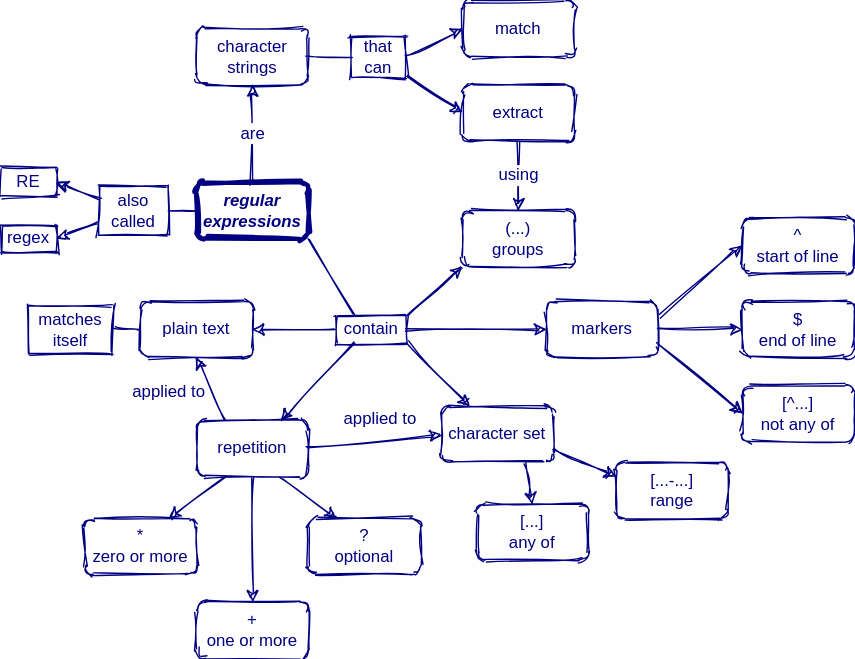
Earlier version of the draw.io export en/regular-expressions.svg (rstudio/concept-maps). Source tidied: cells renumbered, new cells last; positions are measured from the earlier drawing's top-left corner, leaving out a move shared by most shapes.
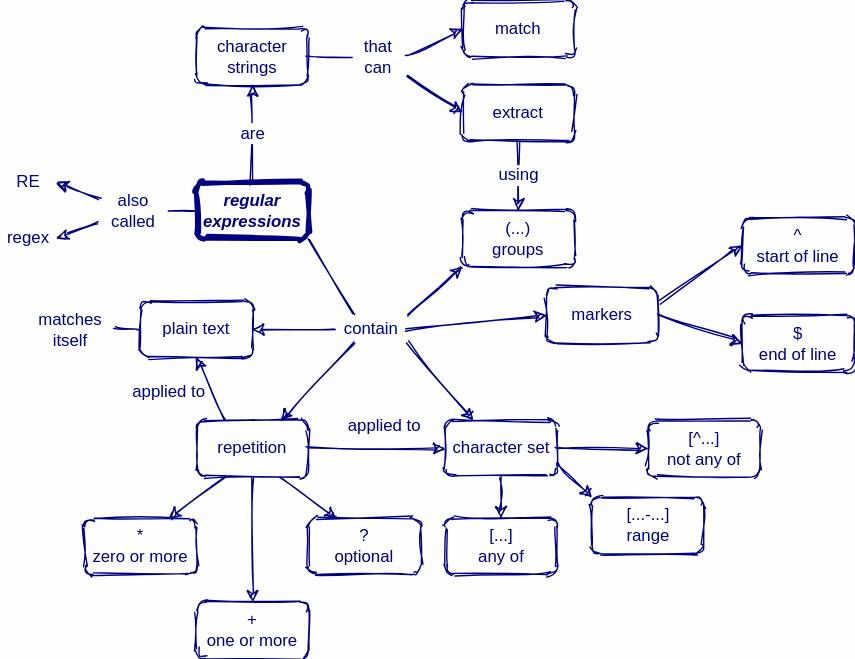
The same file after the commit.

Commit message:
fixing regular expressions

Diff of the diagram source:
```diff
@@ -8,13 +8,13 @@
     <mxCell id="3" value="character&lt;br style=&quot;font-size: 12px;&quot;&gt;strings" style="rounded=1;whiteSpace=wrap;html=1;fontSize=12;fontFamily=Helvetica;fillColor=none;labelBackgroundColor=none;sketch=1;strokeColor=#000080;fontColor=#000080;" parent="1" vertex="1">
       <mxGeometry x="140" y="20" width="80" height="40" as="geometry" />
     </mxCell>
-    <mxCell id="4" value="also&lt;br style=&quot;font-size: 12px;&quot;&gt;called" style="text;html=1;fillColor=none;align=center;verticalAlign=middle;whiteSpace=wrap;rounded=0;sketch=1;fontSize=12;fontFamily=Helvetica;strokeColor=#000080;fontColor=#000080;" parent="1" vertex="1">
+    <mxCell id="4" value="also&lt;br style=&quot;font-size: 12px;&quot;&gt;called" style="text;html=1;fillColor=none;align=center;verticalAlign=middle;whiteSpace=wrap;rounded=0;sketch=1;fontSize=12;fontFamily=Helvetica;fontColor=#000080;" parent="1" vertex="1">
       <mxGeometry x="70" y="132.5" width="50" height="35" as="geometry" />
     </mxCell>
-    <mxCell id="5" value="RE" style="text;html=1;fillColor=none;align=center;verticalAlign=middle;whiteSpace=wrap;rounded=0;sketch=1;fontSize=12;fontFamily=Helvetica;strokeColor=#000080;fontColor=#000080;" parent="1" vertex="1">
+    <mxCell id="5" value="RE" style="text;html=1;fillColor=none;align=center;verticalAlign=middle;whiteSpace=wrap;rounded=0;sketch=1;fontSize=12;fontFamily=Helvetica;fontColor=#000080;" parent="1" vertex="1">
       <mxGeometry y="120" width="40" height="20" as="geometry" />
     </mxCell>
-    <mxCell id="6" value="regex" style="text;html=1;fillColor=none;align=center;verticalAlign=middle;whiteSpace=wrap;rounded=0;sketch=1;fontSize=12;fontFamily=Helvetica;strokeColor=#000080;fontColor=#000080;" parent="1" vertex="1">
+    <mxCell id="6" value="regex" style="text;html=1;fillColor=none;align=center;verticalAlign=middle;whiteSpace=wrap;rounded=0;sketch=1;fontSize=12;fontFamily=Helvetica;fontColor=#000080;" parent="1" vertex="1">
       <mxGeometry y="160" width="40" height="20" as="geometry" />
     </mxCell>
     <mxCell id="7" style="endArrow=none;html=1;entryX=0;entryY=0.5;entryDx=0;entryDy=0;exitX=1;exitY=0.5;exitDx=0;exitDy=0;sketch=1;fontSize=12;fontFamily=Helvetica;strokeColor=#000080;fontColor=#000080;" parent="1" edge="1" source="4" target="2">
@@ -26,7 +26,7 @@
     <mxCell id="9" value="plain text" style="rounded=1;whiteSpace=wrap;html=1;fontSize=12;fontFamily=Helvetica;fillColor=none;labelBackgroundColor=none;sketch=1;strokeColor=#000080;fontColor=#000080;" parent="1" vertex="1">
       <mxGeometry x="100" y="215" width="80" height="40" as="geometry" />
     </mxCell>
-    <mxCell id="10" value="matches&lt;br style=&quot;font-size: 12px;&quot;&gt;itself" style="text;html=1;fillColor=none;align=center;verticalAlign=middle;whiteSpace=wrap;rounded=0;sketch=1;fontSize=12;fontFamily=Helvetica;strokeColor=#000080;fontColor=#000080;" parent="1" vertex="1">
+    <mxCell id="10" value="matches&lt;br style=&quot;font-size: 12px;&quot;&gt;itself" style="text;html=1;fillColor=none;align=center;verticalAlign=middle;whiteSpace=wrap;rounded=0;sketch=1;fontSize=12;fontFamily=Helvetica;fontColor=#000080;" parent="1" vertex="1">
       <mxGeometry x="20" y="217.5" width="60" height="35" as="geometry" />
     </mxCell>
     <mxCell id="11" value="repetition" style="rounded=1;whiteSpace=wrap;html=1;fontSize=12;fontFamily=Helvetica;fillColor=none;labelBackgroundColor=none;sketch=1;strokeColor=#000080;fontColor=#000080;" parent="1" vertex="1">
@@ -42,25 +42,25 @@
       <mxGeometry x="220" y="370" width="80" height="40" as="geometry" />
     </mxCell>
     <mxCell id="15" value="character set" style="rounded=1;whiteSpace=wrap;html=1;fontSize=12;fontFamily=Helvetica;fillColor=none;labelBackgroundColor=none;sketch=1;strokeColor=#000080;fontColor=#000080;" parent="1" vertex="1">
-      <mxGeometry x="315" y="290" width="80" height="40" as="geometry" />
+      <mxGeometry x="317.5" y="300" width="80" height="40" as="geometry" />
     </mxCell>
     <mxCell id="16" value="[...]&lt;br style=&quot;font-size: 12px;&quot;&gt;any of" style="rounded=1;whiteSpace=wrap;html=1;fontSize=12;fontFamily=Helvetica;fillColor=none;labelBackgroundColor=none;sketch=1;strokeColor=#000080;fontColor=#000080;" parent="1" vertex="1">
-      <mxGeometry x="340" y="360" width="80" height="40" as="geometry" />
+      <mxGeometry x="317.5" y="370" width="80" height="40" as="geometry" />
     </mxCell>
     <mxCell id="17" value="[...-...]&lt;br style=&quot;font-size: 12px;&quot;&gt;range" style="rounded=1;whiteSpace=wrap;html=1;fontSize=12;fontFamily=Helvetica;fillColor=none;labelBackgroundColor=none;sketch=1;strokeColor=#000080;fontColor=#000080;" parent="1" vertex="1">
-      <mxGeometry x="440" y="330" width="80" height="40" as="geometry" />
+      <mxGeometry x="422.5" y="355" width="80" height="40" as="geometry" />
     </mxCell>
     <mxCell id="18" value="[^...]&lt;br style=&quot;font-size: 12px;&quot;&gt;not any of" style="rounded=1;whiteSpace=wrap;html=1;fontSize=12;fontFamily=Helvetica;fillColor=none;labelBackgroundColor=none;sketch=1;strokeColor=#000080;fontColor=#000080;" parent="1" vertex="1">
-      <mxGeometry x="530" y="275" width="80" height="40" as="geometry" />
+      <mxGeometry x="462.5" y="300" width="80" height="40" as="geometry" />
     </mxCell>
     <mxCell id="19" value="markers" style="rounded=1;whiteSpace=wrap;html=1;fontSize=12;fontFamily=Helvetica;fillColor=none;labelBackgroundColor=none;sketch=1;strokeColor=#000080;fontColor=#000080;" parent="1" vertex="1">
-      <mxGeometry x="390" y="215" width="80" height="40" as="geometry" />
+      <mxGeometry x="390" y="205" width="80" height="40" as="geometry" />
     </mxCell>
     <mxCell id="20" value="^&lt;br style=&quot;font-size: 12px;&quot;&gt;start of line" style="rounded=1;whiteSpace=wrap;html=1;fontSize=12;fontFamily=Helvetica;fillColor=none;labelBackgroundColor=none;sketch=1;strokeColor=#000080;fontColor=#000080;" parent="1" vertex="1">
       <mxGeometry x="530" y="155" width="80" height="40" as="geometry" />
     </mxCell>
     <mxCell id="21" value="$&lt;br style=&quot;font-size: 12px;&quot;&gt;end of line" style="rounded=1;whiteSpace=wrap;html=1;fontSize=12;fontFamily=Helvetica;fillColor=none;labelBackgroundColor=none;sketch=1;strokeColor=#000080;fontColor=#000080;" parent="1" vertex="1">
-      <mxGeometry x="530" y="215" width="80" height="40" as="geometry" />
+      <mxGeometry x="530" y="225" width="80" height="40" as="geometry" />
     </mxCell>
     <mxCell id="22" style="endArrow=none;html=1;entryX=0;entryY=0.5;entryDx=0;entryDy=0;exitX=1;exitY=0.5;exitDx=0;exitDy=0;sketch=1;fontSize=12;fontFamily=Helvetica;strokeColor=#000080;fontColor=#000080;" parent="1" edge="1" source="3" target="33">
       <mxGeometry relative="1" as="geometry" />
@@ -71,10 +71,10 @@
     <mxCell id="24" style="endArrow=classic;html=1;entryX=0;entryY=0.5;entryDx=0;entryDy=0;exitX=1;exitY=0.25;exitDx=0;exitDy=0;endFill=1;sketch=1;fontSize=12;fontFamily=Helvetica;strokeColor=#000080;fontColor=#000080;" parent="1" edge="1" source="19" target="20">
       <mxGeometry relative="1" as="geometry" />
     </mxCell>
-    <mxCell id="25" style="endArrow=classic;html=1;entryX=0.5;entryY=0;entryDx=0;entryDy=0;exitX=0.75;exitY=1;exitDx=0;exitDy=0;endFill=1;sketch=1;fontSize=12;fontFamily=Helvetica;strokeColor=#000080;fontColor=#000080;" parent="1" edge="1" source="15" target="16">
+    <mxCell id="25" style="endArrow=classic;html=1;entryX=0.5;entryY=0;entryDx=0;entryDy=0;exitX=0.5;exitY=1;exitDx=0;exitDy=0;endFill=1;sketch=1;fontSize=12;fontFamily=Helvetica;strokeColor=#000080;fontColor=#000080;" parent="1" edge="1" source="15" target="16">
       <mxGeometry relative="1" as="geometry" />
     </mxCell>
-    <mxCell id="26" style="endArrow=classic;html=1;entryX=0;entryY=0.25;entryDx=0;entryDy=0;exitX=1;exitY=0.75;exitDx=0;exitDy=0;endFill=1;sketch=1;fontSize=12;fontFamily=Helvetica;strokeColor=#000080;fontColor=#000080;" parent="1" edge="1" source="15" target="17">
+    <mxCell id="26" style="endArrow=classic;html=1;entryX=0;entryY=0;entryDx=0;entryDy=0;exitX=1;exitY=0.75;exitDx=0;exitDy=0;endFill=1;sketch=1;fontSize=12;fontFamily=Helvetica;strokeColor=#000080;fontColor=#000080;" parent="1" edge="1" source="15" target="17">
       <mxGeometry relative="1" as="geometry" />
     </mxCell>
     <mxCell id="27" style="endArrow=classic;html=1;entryX=0.25;entryY=0;entryDx=0;entryDy=0;exitX=0.75;exitY=1;exitDx=0;exitDy=0;endFill=1;sketch=1;fontSize=12;fontFamily=Helvetica;strokeColor=#000080;fontColor=#000080;" parent="1" edge="1" source="11" target="14">
@@ -86,7 +86,7 @@
     <mxCell id="29" style="endArrow=classic;html=1;entryX=0.75;entryY=0;entryDx=0;entryDy=0;endFill=1;exitX=0.25;exitY=1;exitDx=0;exitDy=0;sketch=1;fontSize=12;fontFamily=Helvetica;strokeColor=#000080;fontColor=#000080;" parent="1" edge="1" source="11" target="12">
       <mxGeometry relative="1" as="geometry" />
     </mxCell>
-    <mxCell id="30" style="endArrow=classic;html=1;entryX=0;entryY=0.5;entryDx=0;entryDy=0;exitX=1;exitY=0.75;exitDx=0;exitDy=0;endFill=1;sketch=1;fontSize=12;fontFamily=Helvetica;strokeColor=#000080;fontColor=#000080;" parent="1" edge="1" source="19" target="18">
+    <mxCell id="30" style="endArrow=classic;html=1;entryX=0;entryY=0.5;entryDx=0;entryDy=0;exitX=1;exitY=0.5;exitDx=0;exitDy=0;endFill=1;sketch=1;fontSize=12;fontFamily=Helvetica;strokeColor=#000080;fontColor=#000080;" parent="1" edge="1" source="15" target="18">
       <mxGeometry relative="1" as="geometry" />
     </mxCell>
     <mxCell id="31" value="(...)&lt;br style=&quot;font-size: 12px;&quot;&gt;groups" style="rounded=1;whiteSpace=wrap;html=1;fontSize=12;fontFamily=Helvetica;fillColor=none;labelBackgroundColor=none;sketch=1;strokeColor=#000080;fontColor=#000080;" parent="1" vertex="1">
@@ -95,7 +95,7 @@
     <mxCell id="32" value="match" style="rounded=1;whiteSpace=wrap;html=1;fontSize=12;fontFamily=Helvetica;fillColor=none;labelBackgroundColor=none;sketch=1;strokeColor=#000080;fontColor=#000080;" parent="1" vertex="1">
       <mxGeometry x="330" width="80" height="40" as="geometry" />
     </mxCell>
-    <mxCell id="33" value="that&lt;br style=&quot;font-size: 12px;&quot;&gt;can" style="text;html=1;fillColor=none;align=center;verticalAlign=middle;whiteSpace=wrap;rounded=0;sketch=1;fontSize=12;fontFamily=Helvetica;strokeColor=#000080;fontColor=#000080;" parent="1" vertex="1">
+    <mxCell id="33" value="that&lt;br style=&quot;font-size: 12px;&quot;&gt;can" style="text;html=1;fillColor=none;align=center;verticalAlign=middle;whiteSpace=wrap;rounded=0;sketch=1;fontSize=12;fontFamily=Helvetica;fontColor=#000080;" parent="1" vertex="1">
       <mxGeometry x="250" y="25" width="40" height="30" as="geometry" />
     </mxCell>
     <mxCell id="34" value="extract" style="rounded=1;whiteSpace=wrap;html=1;fontSize=12;fontFamily=Helvetica;fillColor=none;labelBackgroundColor=none;sketch=1;strokeColor=#000080;fontColor=#000080;" parent="1" vertex="1">
@@ -113,7 +113,7 @@
     <mxCell id="38" style="endArrow=classic;html=1;entryX=1;entryY=0.5;entryDx=0;entryDy=0;exitX=0;exitY=0.75;exitDx=0;exitDy=0;sketch=1;fontSize=12;fontFamily=Helvetica;strokeColor=#000080;fontColor=#000080;" parent="1" edge="1" source="4" target="6">
       <mxGeometry relative="1" as="geometry" />
     </mxCell>
-    <mxCell id="39" value="contain" style="text;html=1;fillColor=none;align=center;verticalAlign=middle;whiteSpace=wrap;rounded=0;sketch=1;fontSize=12;fontFamily=Helvetica;strokeColor=#000080;fontColor=#000080;" parent="1" vertex="1">
+    <mxCell id="39" value="contain" style="text;html=1;fillColor=none;align=center;verticalAlign=middle;whiteSpace=wrap;rounded=0;sketch=1;fontSize=12;fontFamily=Helvetica;fontColor=#000080;" parent="1" vertex="1">
       <mxGeometry x="240" y="225" width="50" height="20" as="geometry" />
     </mxCell>
     <mxCell id="40" style="endArrow=none;html=1;entryX=0.25;entryY=0;entryDx=0;entryDy=0;exitX=1;exitY=1;exitDx=0;exitDy=0;sketch=1;fontSize=12;fontFamily=Helvetica;strokeColor=#000080;fontColor=#000080;" parent="1" edge="1" source="2" target="39">
```
